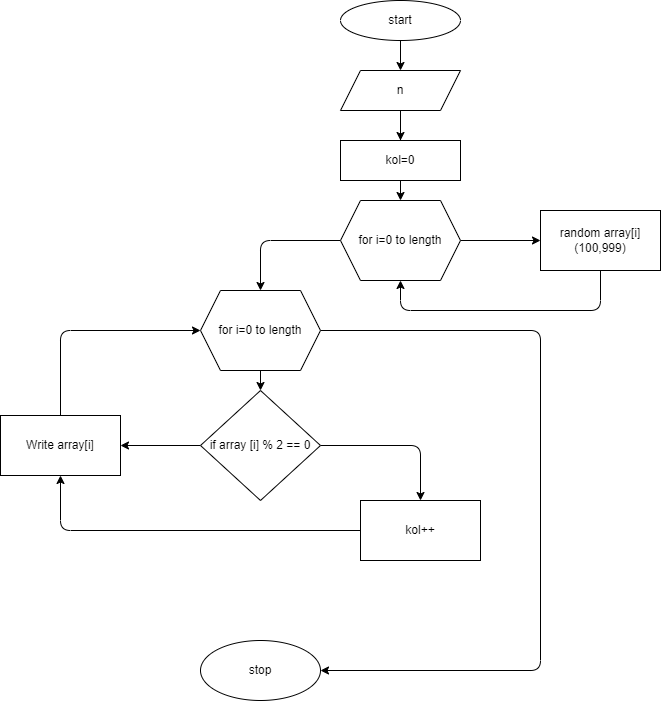
Earlier version of the draw.io export zad34/example.drawio.png (Zemburych/Seminar05). Source tidied: cells renumbered, new cells last; positions are measured from the earlier drawing's top-left corner, leaving out a move shared by most shapes.
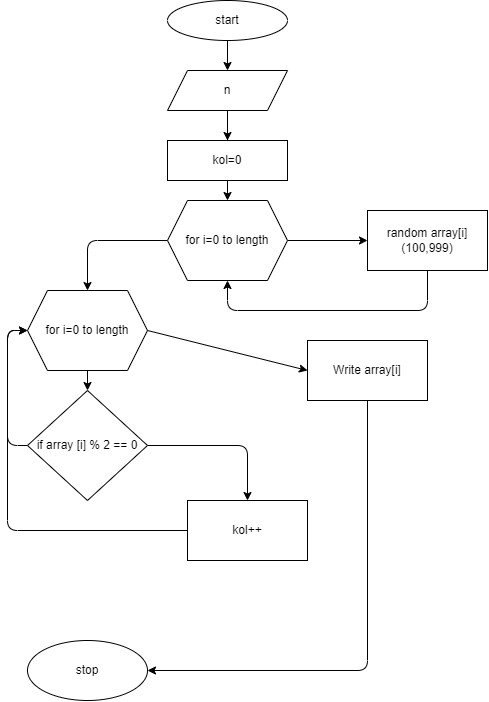
Later version of the same file.

Change to the diagram source:
```diff
@@ -56,19 +56,26 @@
         </Array>
       </mxGeometry>
     </mxCell>
-    <mxCell id="15" style="edgeStyle=none;html=1;" parent="1" edge="1" source="16" target="24">
-      <mxGeometry relative="1" as="geometry" />
-    </mxCell>
+    <mxCell id="25" style="edgeStyle=none;html=1;exitX=0;exitY=0.5;exitDx=0;exitDy=0;" parent="1" edge="1" source="16">
+      <mxGeometry relative="1" as="geometry">
+        <mxPoint x="200" y="330" as="targetPoint" />
+        <Array as="points">
+          <mxPoint x="180" y="445" />
+          <mxPoint x="180" y="330" />
+        </Array>
+      </mxGeometry>
+    </mxCell>
     <mxCell id="16" value="if array [i] % 2 == 0" style="rhombus;whiteSpace=wrap;html=1;" parent="1" vertex="1">
       <mxGeometry x="200" y="390" width="120" height="110" as="geometry" />
     </mxCell>
-    <mxCell id="17" style="edgeStyle=none;html=1;exitX=0;exitY=0.5;exitDx=0;exitDy=0;entryX=0.5;entryY=1;entryDx=0;entryDy=0;" parent="1" edge="1" source="18" target="24">
-      <mxGeometry relative="1" as="geometry">
-        <Array as="points">
-          <mxPoint x="60" y="530" />
-        </Array>
-      </mxGeometry>
-    </mxCell>
+    <mxCell id="26" style="edgeStyle=none;html=1;exitX=0;exitY=0.5;exitDx=0;exitDy=0;entryX=0;entryY=0.5;entryDx=0;entryDy=0;" parent="1" edge="1" source="18" target="22">
+      <mxGeometry relative="1" as="geometry">
+        <Array as="points">
+          <mxPoint x="180" y="530" />
+          <mxPoint x="180" y="330" />
+        </Array>
+      </mxGeometry>
+    </mxCell>
     <mxCell id="18" value="kol++" style="whiteSpace=wrap;html=1;" parent="1" vertex="1">
       <mxGeometry x="360" y="500" width="120" height="60" as="geometry" />
     </mxCell>
@@ -78,26 +85,21 @@
     <mxCell id="20" style="edgeStyle=none;html=1;exitX=0.5;exitY=1;exitDx=0;exitDy=0;entryX=0.5;entryY=0;entryDx=0;entryDy=0;" parent="1" edge="1" source="22" target="16">
       <mxGeometry relative="1" as="geometry" />
     </mxCell>
-    <mxCell id="21" style="edgeStyle=none;html=1;exitX=1;exitY=0.5;exitDx=0;exitDy=0;entryX=1;entryY=0.5;entryDx=0;entryDy=0;" parent="1" edge="1" source="22" target="19">
-      <mxGeometry relative="1" as="geometry">
-        <Array as="points">
-          <mxPoint x="540" y="330" />
-          <mxPoint x="540" y="670" />
-        </Array>
-      </mxGeometry>
-    </mxCell>
+    <mxCell id="27" style="edgeStyle=none;html=1;exitX=1;exitY=0.5;exitDx=0;exitDy=0;entryX=0;entryY=0.5;entryDx=0;entryDy=0;" parent="1" edge="1" source="22" target="24">
+      <mxGeometry relative="1" as="geometry" />
+    </mxCell>
     <mxCell id="22" value="&lt;span&gt;for i=0 to length&lt;/span&gt;" style="shape=hexagon;perimeter=hexagonPerimeter2;whiteSpace=wrap;html=1;fixedSize=1;" parent="1" vertex="1">
       <mxGeometry x="200" y="290" width="120" height="80" as="geometry" />
     </mxCell>
-    <mxCell id="23" style="edgeStyle=none;html=1;exitX=0.5;exitY=0;exitDx=0;exitDy=0;entryX=0;entryY=0.5;entryDx=0;entryDy=0;" parent="1" edge="1" source="24" target="22">
-      <mxGeometry relative="1" as="geometry">
-        <Array as="points">
-          <mxPoint x="60" y="330" />
-        </Array>
-      </mxGeometry>
-    </mxCell>
+    <mxCell id="28" style="edgeStyle=none;html=1;exitX=0.5;exitY=1;exitDx=0;exitDy=0;entryX=1;entryY=0.5;entryDx=0;entryDy=0;" parent="1" edge="1" source="24" target="19">
+      <mxGeometry relative="1" as="geometry">
+        <Array as="points">
+          <mxPoint x="540" y="670" />
+        </Array>
+      </mxGeometry>
+    </mxCell>
     <mxCell id="24" value="Write array[i]" style="whiteSpace=wrap;html=1;" parent="1" vertex="1">
-      <mxGeometry y="415" width="120" height="60" as="geometry" />
+      <mxGeometry x="480" y="340" width="120" height="60" as="geometry" />
     </mxCell>
   </root>
 </mxGraphModel>
```
